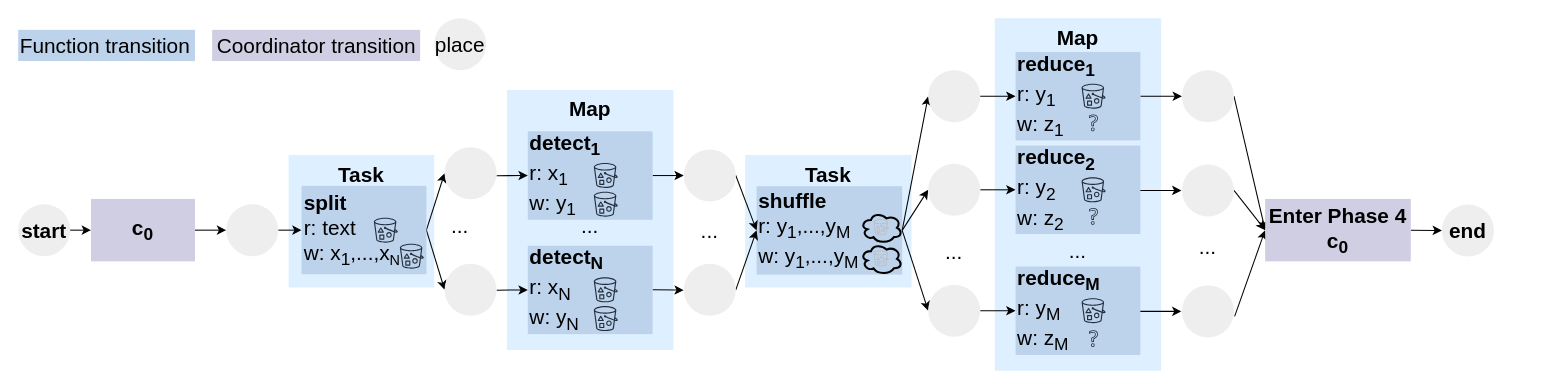
Above: figures/benchmarks/660.map-reduce.drawio in spcl/sebs-flow-artifact (draw.io), before the change. Source tidied: cells renumbered, new cells numbered last; positions are measured from the earlier drawing's top-left corner, leaving out a move shared by most shapes. Both pictures are drawn from the tidied source at 104%, with x=0, y=0 at pixel (18, 18).
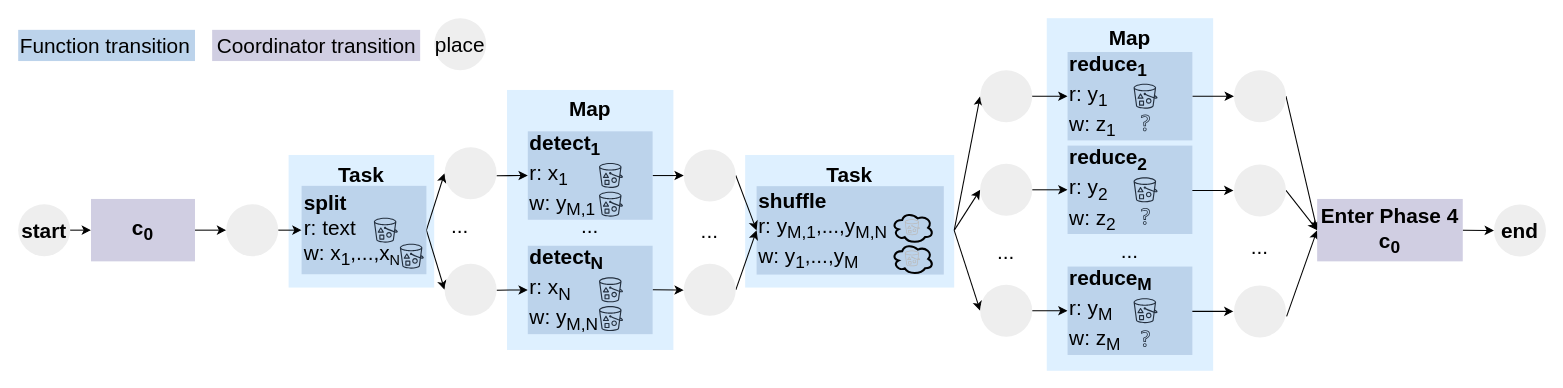
The same page after the edit.

Commit message (it also covers changes not shown here):
update benchmark figures

The edit, as a diff of the source:
```diff
@@
     <mxCell id="2" value="&lt;b&gt;Task&lt;/b&gt;" style="rounded=0;whiteSpace=wrap;html=1;fontSize=20;align=center;verticalAlign=top;fillColor=#DEF0FF;strokeColor=none;" parent="1" vertex="1">
-      <mxGeometry x="699" y="131.5" width="160" height="127.5" as="geometry" />
+      <mxGeometry x="699" y="131.5" width="201" height="127.5" as="geometry" />
     </mxCell>
@@
-    <mxCell id="16" value="&lt;b&gt;detect&lt;sub&gt;1&lt;/sub&gt;&lt;br&gt;&lt;/b&gt;r: x&lt;sub&gt;1&lt;/sub&gt;&lt;br&gt;w: y&lt;sub&gt;1&lt;/sub&gt;" style="rounded=0;whiteSpace=wrap;html=1;fontSize=20;align=left;fillColor=#BCD3EB;strokeColor=none;" parent="1" vertex="1">
+    <mxCell id="16" value="&lt;b&gt;detect&lt;sub&gt;1&lt;/sub&gt;&lt;br&gt;&lt;/b&gt;r: x&lt;sub&gt;1&lt;/sub&gt;&lt;br&gt;w: y&lt;sub&gt;M,1&lt;/sub&gt;" style="rounded=0;whiteSpace=wrap;html=1;fontSize=20;align=left;fillColor=#BCD3EB;strokeColor=none;" parent="1" vertex="1">
       <mxGeometry x="490" y="108.8" width="120" height="85" as="geometry" />
     </mxCell>
     <mxCell id="17" style="sketch=0;fontColor=#232F3E;gradientColor=none;strokeColor=#232F3E;fillColor=none;dashed=0;verticalLabelPosition=bottom;verticalAlign=top;align=center;html=1;fontSize=12;fontStyle=0;shape=mxgraph.aws4.resourceIcon;resIcon=mxgraph.aws4.bucket_with_objects;" parent="1" vertex="1">
-      <mxGeometry x="550" y="136.2" width="30" height="30" as="geometry" />
+      <mxGeometry x="555" y="136.2" width="30" height="30" as="geometry" />
     </mxCell>
@@
-    <mxCell id="21" value="&lt;b&gt;detect&lt;sub&gt;N&lt;/sub&gt;&lt;br&gt;&lt;/b&gt;r: x&lt;sub&gt;N&lt;/sub&gt;&lt;br&gt;w: y&lt;sub&gt;N&lt;/sub&gt;" style="rounded=0;whiteSpace=wrap;html=1;fontSize=20;align=left;fillColor=#BCD3EB;strokeColor=none;" parent="1" vertex="1">
+    <mxCell id="21" value="&lt;b&gt;detect&lt;sub&gt;N&lt;/sub&gt;&lt;br&gt;&lt;/b&gt;r: x&lt;sub&gt;N&lt;/sub&gt;&lt;br&gt;w: y&lt;sub&gt;M,N&lt;/sub&gt;" style="rounded=0;whiteSpace=wrap;html=1;fontSize=20;align=left;fillColor=#BCD3EB;strokeColor=none;" parent="1" vertex="1">
       <mxGeometry x="490" y="218.8" width="120" height="85" as="geometry" />
     </mxCell>
     <mxCell id="22" style="sketch=0;fontColor=#232F3E;gradientColor=none;strokeColor=#232F3E;fillColor=none;dashed=0;verticalLabelPosition=bottom;verticalAlign=top;align=center;html=1;fontSize=12;fontStyle=0;shape=mxgraph.aws4.resourceIcon;resIcon=mxgraph.aws4.bucket_with_objects;" parent="1" vertex="1">
-      <mxGeometry x="550" y="246.2" width="30" height="30" as="geometry" />
+      <mxGeometry x="555" y="246.2" width="30" height="30" as="geometry" />
     </mxCell>
-    <mxCell id="23" value="&lt;b&gt;shuffle&lt;br&gt;&lt;/b&gt;r: y&lt;sub&gt;1&lt;/sub&gt;,...,y&lt;sub&gt;M&lt;/sub&gt;&lt;br&gt;w: y&lt;sub&gt;1&lt;/sub&gt;,...,y&lt;sub&gt;M&lt;/sub&gt;" style="rounded=0;whiteSpace=wrap;html=1;fontSize=20;align=left;fillColor=#BCD3EB;strokeColor=none;" parent="1" vertex="1">
-      <mxGeometry x="710" y="161.5" width="140" height="85" as="geometry" />
+    <mxCell id="23" value="&lt;b&gt;shuffle&lt;br&gt;&lt;/b&gt;r: y&lt;sub&gt;M,1&lt;/sub&gt;,...,y&lt;sub&gt;M,N&lt;/sub&gt;&lt;br&gt;w: y&lt;sub&gt;1&lt;/sub&gt;,...,y&lt;sub&gt;M&lt;/sub&gt;" style="rounded=0;whiteSpace=wrap;html=1;fontSize=20;align=left;fillColor=#BCD3EB;strokeColor=none;" parent="1" vertex="1">
+      <mxGeometry x="710" y="161.5" width="180" height="85" as="geometry" />
     </mxCell>
     <mxCell id="24" style="sketch=0;fontColor=#232F3E;gradientColor=none;strokeColor=#232F3E;fillColor=none;dashed=0;verticalLabelPosition=bottom;verticalAlign=top;align=center;html=1;fontSize=12;fontStyle=0;shape=mxgraph.aws4.resourceIcon;resIcon=mxgraph.aws4.bucket_with_objects;" parent="1" vertex="1">
-      <mxGeometry x="550" y="163.8" width="30" height="30" as="geometry" />
+      <mxGeometry x="555" y="163.8" width="30" height="30" as="geometry" />
     </mxCell>
     <mxCell id="25" style="sketch=0;fontColor=#232F3E;gradientColor=none;strokeColor=#232F3E;fillColor=none;dashed=0;verticalLabelPosition=bottom;verticalAlign=top;align=center;html=1;fontSize=12;fontStyle=0;shape=mxgraph.aws4.resourceIcon;resIcon=mxgraph.aws4.bucket_with_objects;" parent="1" vertex="1">
-      <mxGeometry x="550" y="273.8" width="30" height="30" as="geometry" />
+      <mxGeometry x="555" y="273.8" width="30" height="30" as="geometry" />
     </mxCell>
-    <mxCell id="26" style="edgeStyle=none;rounded=0;jettySize=auto;html=1;exitX=1;exitY=0.5;exitDx=0;exitDy=0;entryX=0;entryY=0.5;entryDx=0;entryDy=0;fontSize=20;" parent="1" edge="1" source="23" target="68">
-      <mxGeometry relative="1" as="geometry" />
+    <mxCell id="26" style="edgeStyle=none;rounded=0;jettySize=auto;html=1;exitX=1;exitY=0.5;exitDx=0;exitDy=0;entryX=0;entryY=0.5;entryDx=0;entryDy=0;fontSize=20;" parent="1" edge="1" target="68">
+      <mxGeometry relative="1" as="geometry">
+        <mxPoint x="900" y="204" as="sourcePoint" />
+      </mxGeometry>
     </mxCell>
-    <mxCell id="27" style="edgeStyle=none;rounded=0;jettySize=auto;html=1;entryX=0;entryY=0.5;entryDx=0;entryDy=0;fontSize=20;exitX=1;exitY=0.5;exitDx=0;exitDy=0;" parent="1" edge="1" source="23" target="69">
-      <mxGeometry relative="1" as="geometry" />
+    <mxCell id="27" style="edgeStyle=none;rounded=0;jettySize=auto;html=1;entryX=0;entryY=0.5;entryDx=0;entryDy=0;fontSize=20;exitX=1;exitY=0.5;exitDx=0;exitDy=0;" parent="1" edge="1" target="69">
+      <mxGeometry relative="1" as="geometry">
+        <mxPoint x="900" y="204" as="sourcePoint" />
+      </mxGeometry>
     </mxCell>
-    <mxCell id="28" style="edgeStyle=none;rounded=0;jettySize=auto;html=1;exitX=1;exitY=0.5;exitDx=0;exitDy=0;entryX=0;entryY=0.5;entryDx=0;entryDy=0;fontSize=20;" parent="1" edge="1" source="23" target="70">
-      <mxGeometry relative="1" as="geometry" />
+    <mxCell id="28" style="edgeStyle=none;rounded=0;jettySize=auto;html=1;exitX=1;exitY=0.5;exitDx=0;exitDy=0;entryX=0;entryY=0.5;entryDx=0;entryDy=0;fontSize=20;" parent="1" edge="1" target="70">
+      <mxGeometry relative="1" as="geometry">
+        <mxPoint x="900" y="204" as="sourcePoint" />
+      </mxGeometry>
     </mxCell>
     <mxCell id="29" value="..." style="text;html=1;strokeColor=none;fillColor=none;align=center;verticalAlign=middle;whiteSpace=wrap;rounded=0;fontSize=20;" parent="1" vertex="1">
-      <mxGeometry x="870" y="209" width="60" height="30" as="geometry" />
+      <mxGeometry x="920" y="209" width="60" height="30" as="geometry" />
     </mxCell>
     <mxCell id="30" value="&lt;b&gt;Map&lt;/b&gt;" style="rounded=0;whiteSpace=wrap;html=1;fontSize=20;align=center;verticalAlign=top;strokeColor=none;fillColor=#DEF0FF;" parent="1" vertex="1">
-      <mxGeometry x="939" width="160" height="339" as="geometry" />
+      <mxGeometry x="989" width="160" height="339" as="geometry" />
     </mxCell>
     <mxCell id="31" style="edgeStyle=none;rounded=0;jettySize=auto;html=1;entryX=0;entryY=0.5;entryDx=0;entryDy=0;fontSize=20;" parent="1" edge="1" target="33">
       <mxGeometry relative="1" as="geometry">
-        <mxPoint x="919" y="75" as="sourcePoint" />
+        <mxPoint x="969" y="75" as="sourcePoint" />
       </mxGeometry>
     </mxCell>
@@
     <mxCell id="33" value="&lt;b&gt;reduce&lt;sub&gt;1&lt;/sub&gt;&lt;br&gt;&lt;/b&gt;r: y&lt;sub&gt;1&lt;/sub&gt;&lt;br&gt;w: z&lt;sub&gt;1&lt;/sub&gt;" style="rounded=0;whiteSpace=wrap;html=1;fontSize=20;align=left;fillColor=#BCD3EB;strokeColor=none;" parent="1" vertex="1">
-      <mxGeometry x="959" y="32.5" width="120" height="85" as="geometry" />
+      <mxGeometry x="1009" y="32.5" width="120" height="85" as="geometry" />
     </mxCell>
     <mxCell id="34" style="sketch=0;fontColor=#232F3E;gradientColor=none;strokeColor=#232F3E;fillColor=none;dashed=0;verticalLabelPosition=bottom;verticalAlign=top;align=center;html=1;fontSize=12;fontStyle=0;shape=mxgraph.aws4.resourceIcon;resIcon=mxgraph.aws4.bucket_with_objects;" parent="1" vertex="1">
-      <mxGeometry x="1019" y="60" width="30" height="30" as="geometry" />
+      <mxGeometry x="1069" y="60" width="30" height="30" as="geometry" />
     </mxCell>
@@
     <mxCell id="36" style="edgeStyle=none;rounded=0;orthogonalLoop=1;jettySize=auto;html=1;exitX=1;exitY=0.5;exitDx=0;exitDy=0;entryX=0;entryY=0.5;entryDx=0;entryDy=0;" parent="1" edge="1">
       <mxGeometry relative="1" as="geometry">
-        <mxPoint x="1069" y="165.6" as="sourcePoint" />
-        <mxPoint x="1118.5" y="165.6" as="targetPoint" />
+        <mxPoint x="1119" y="165.6" as="sourcePoint" />
+        <mxPoint x="1168.5" y="165.6" as="targetPoint" />
       </mxGeometry>
     </mxCell>
     <mxCell id="37" value="&lt;b&gt;reduce&lt;sub&gt;2&lt;/sub&gt;&lt;br&gt;&lt;/b&gt;r: y&lt;sub&gt;2&lt;/sub&gt;&lt;br&gt;w: z&lt;sub&gt;2&lt;/sub&gt;" style="rounded=0;whiteSpace=wrap;html=1;fontSize=20;align=left;fillColor=#BCD3EB;strokeColor=none;" parent="1" vertex="1">
-      <mxGeometry x="959" y="122.5" width="120" height="85" as="geometry" />
+      <mxGeometry x="1009" y="122.5" width="120" height="85" as="geometry" />
     </mxCell>
     <mxCell id="38" style="sketch=0;fontColor=#232F3E;gradientColor=none;strokeColor=#232F3E;fillColor=none;dashed=0;verticalLabelPosition=bottom;verticalAlign=top;align=center;html=1;fontSize=12;fontStyle=0;shape=mxgraph.aws4.resourceIcon;resIcon=mxgraph.aws4.bucket_with_objects;" parent="1" vertex="1">
-      <mxGeometry x="1019" y="150" width="30" height="30" as="geometry" />
+      <mxGeometry x="1069" y="150" width="30" height="30" as="geometry" />
     </mxCell>
@@
     <mxCell id="40" style="edgeStyle=none;rounded=0;orthogonalLoop=1;jettySize=auto;html=1;exitX=1;exitY=0.5;exitDx=0;exitDy=0;entryX=0;entryY=0.5;entryDx=0;entryDy=0;" parent="1" edge="1">
       <mxGeometry relative="1" as="geometry">
-        <mxPoint x="1069" y="281.9" as="sourcePoint" />
-        <mxPoint x="1118.5" y="281.9" as="targetPoint" />
+        <mxPoint x="1119" y="281.9" as="sourcePoint" />
+        <mxPoint x="1168.5" y="281.9" as="targetPoint" />
       </mxGeometry>
     </mxCell>
     <mxCell id="41" value="&lt;b&gt;reduce&lt;sub&gt;M&lt;/sub&gt;&lt;br&gt;&lt;/b&gt;r: y&lt;sub&gt;M&lt;/sub&gt;&lt;br&gt;w: z&lt;sub&gt;M&lt;/sub&gt;" style="rounded=0;whiteSpace=wrap;html=1;fontSize=20;align=left;fillColor=#BCD3EB;strokeColor=none;" parent="1" vertex="1">
-      <mxGeometry x="959" y="238.8" width="120" height="85" as="geometry" />
+      <mxGeometry x="1009" y="238.8" width="120" height="85" as="geometry" />
     </mxCell>
     <mxCell id="42" style="sketch=0;fontColor=#232F3E;gradientColor=none;strokeColor=#232F3E;fillColor=none;dashed=0;verticalLabelPosition=bottom;verticalAlign=top;align=center;html=1;fontSize=12;fontStyle=0;shape=mxgraph.aws4.resourceIcon;resIcon=mxgraph.aws4.bucket_with_objects;" parent="1" vertex="1">
-      <mxGeometry x="1019" y="266.2" width="30" height="30" as="geometry" />
+      <mxGeometry x="1069" y="266.2" width="30" height="30" as="geometry" />
     </mxCell>
@@
     <mxCell id="44" value="..." style="text;html=1;strokeColor=none;fillColor=none;align=center;verticalAlign=middle;whiteSpace=wrap;rounded=0;fontSize=20;" parent="1" vertex="1">
-      <mxGeometry x="989" y="207.5" width="60" height="30" as="geometry" />
+      <mxGeometry x="1039" y="207.5" width="60" height="30" as="geometry" />
     </mxCell>
     <mxCell id="45" style="sketch=0;fontColor=#232F3E;gradientColor=none;fillColor=#232F3E;strokeColor=none;dashed=0;verticalLabelPosition=bottom;verticalAlign=top;align=center;html=1;fontSize=12;fontStyle=0;shape=mxgraph.aws4.question;" parent="1" vertex="1">
-      <mxGeometry x="1029.7" y="92.5" width="8.5" height="16.2" as="geometry" />
+      <mxGeometry x="1079.7" y="92.5" width="8.5" height="16.2" as="geometry" />
     </mxCell>
     <mxCell id="46" style="sketch=0;fontColor=#232F3E;gradientColor=none;fillColor=#232F3E;strokeColor=none;dashed=0;verticalLabelPosition=bottom;verticalAlign=top;align=center;html=1;fontSize=12;fontStyle=0;shape=mxgraph.aws4.question;" parent="1" vertex="1">
-      <mxGeometry x="1029.7" y="182.5" width="8.5" height="16.2" as="geometry" />
+      <mxGeometry x="1079.7" y="182.5" width="8.5" height="16.2" as="geometry" />
     </mxCell>
     <mxCell id="47" style="sketch=0;fontColor=#232F3E;gradientColor=none;fillColor=#232F3E;strokeColor=none;dashed=0;verticalLabelPosition=bottom;verticalAlign=top;align=center;html=1;fontSize=12;fontStyle=0;shape=mxgraph.aws4.question;" parent="1" vertex="1">
-      <mxGeometry x="1029.7" y="300" width="8.5" height="16.2" as="geometry" />
+      <mxGeometry x="1079.7" y="300" width="8.5" height="16.2" as="geometry" />
     </mxCell>
     <mxCell id="48" style="group;" parent="1" vertex="1">
-      <mxGeometry x="810" y="186.5" width="40" height="30" as="geometry" />
+      <mxGeometry x="840" y="186.5" width="40" height="30" as="geometry" />
     </mxCell>
@@
     <mxCell id="51" style="group;" parent="1" vertex="1">
-      <mxGeometry x="810" y="216.5" width="40" height="30" as="geometry" />
+      <mxGeometry x="840" y="216.5" width="40" height="30" as="geometry" />
     </mxCell>
@@
     <mxCell id="58" value="Enter Phase 4 c&lt;sub&gt;0&lt;/sub&gt;" style="rounded=0;whiteSpace=wrap;html=1;fontSize=20;fillColor=#d0cee2;strokeColor=none;fontStyle=1;" parent="1" vertex="1">
-      <mxGeometry x="1199" y="173.8" width="140" height="60" as="geometry" />
+      <mxGeometry x="1249" y="173.8" width="140" height="60" as="geometry" />
     </mxCell>
@@
     <mxCell id="68" style="ellipse;whiteSpace=wrap;html=1;fontSize=20;fontStyle=1;fillColor=#eeeeee;strokeColor=none;" parent="1" vertex="1">
-      <mxGeometry x="875" y="50" width="50" height="50" as="geometry" />
+      <mxGeometry x="925" y="50" width="50" height="50" as="geometry" />
     </mxCell>
     <mxCell id="69" style="ellipse;whiteSpace=wrap;html=1;fontSize=20;fontStyle=1;fillColor=#eeeeee;strokeColor=none;" parent="1" vertex="1">
-      <mxGeometry x="875" y="140" width="50" height="50" as="geometry" />
+      <mxGeometry x="925" y="140" width="50" height="50" as="geometry" />
     </mxCell>
     <mxCell id="70" style="ellipse;whiteSpace=wrap;html=1;fontSize=20;fontStyle=1;fillColor=#eeeeee;strokeColor=none;" parent="1" vertex="1">
-      <mxGeometry x="875" y="256.2" width="50" height="50" as="geometry" />
+      <mxGeometry x="925" y="256.2" width="50" height="50" as="geometry" />
     </mxCell>
     <mxCell id="71" style="ellipse;whiteSpace=wrap;html=1;fontSize=20;fontStyle=1;fillColor=#eeeeee;strokeColor=none;" parent="1" vertex="1">
-      <mxGeometry x="1119" y="50" width="50" height="50" as="geometry" />
+      <mxGeometry x="1169" y="50" width="50" height="50" as="geometry" />
     </mxCell>
     <mxCell id="72" value="end" style="ellipse;whiteSpace=wrap;html=1;fontSize=20;fontStyle=1;fillColor=#eeeeee;strokeColor=none;" parent="1" vertex="1">
-      <mxGeometry x="1369" y="179.1" width="50" height="50" as="geometry" />
+      <mxGeometry x="1419" y="179.1" width="50" height="50" as="geometry" />
     </mxCell>
     <mxCell id="73" style="ellipse;whiteSpace=wrap;html=1;fontSize=20;fontStyle=1;fillColor=#eeeeee;strokeColor=none;" parent="1" vertex="1">
-      <mxGeometry x="1119" y="140.6" width="50" height="50" as="geometry" />
+      <mxGeometry x="1169" y="140.6" width="50" height="50" as="geometry" />
     </mxCell>
     <mxCell id="74" style="ellipse;whiteSpace=wrap;html=1;fontSize=20;fontStyle=1;fillColor=#eeeeee;strokeColor=none;" parent="1" vertex="1">
-      <mxGeometry x="1119" y="256.9" width="50" height="50" as="geometry" />
+      <mxGeometry x="1169" y="256.9" width="50" height="50" as="geometry" />
     </mxCell>
     <mxCell id="75" value="..." style="text;html=1;strokeColor=none;fillColor=none;align=center;verticalAlign=middle;whiteSpace=wrap;rounded=0;fontSize=20;" parent="1" vertex="1">
-      <mxGeometry x="1114" y="203.8" width="60" height="30" as="geometry" />
+      <mxGeometry x="1164" y="203.8" width="60" height="30" as="geometry" />
     </mxCell>
```
